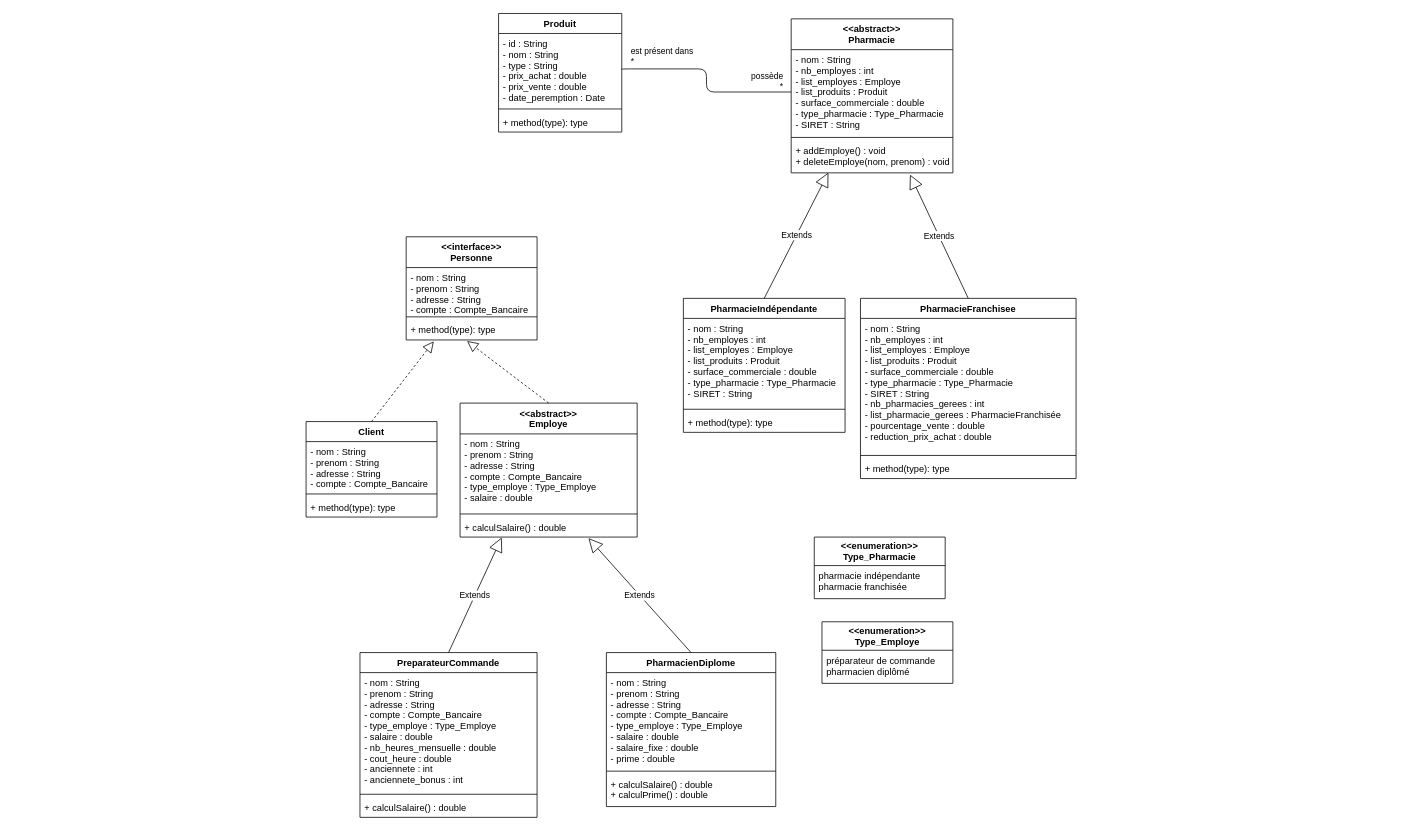
Earlier version of the draw.io diagram src/diagrams/Produits_Pharmacies.drawio (uapv1705019/Projet-Design-Pattern-Avance). Source tidied: cells renumbered, new cells numbered last; positions are measured from the earlier drawing's top-left corner, leaving out a move shared by most shapes. Both pictures are drawn from the tidied source at 77%, with x=0, y=0 at pixel (306, 13).
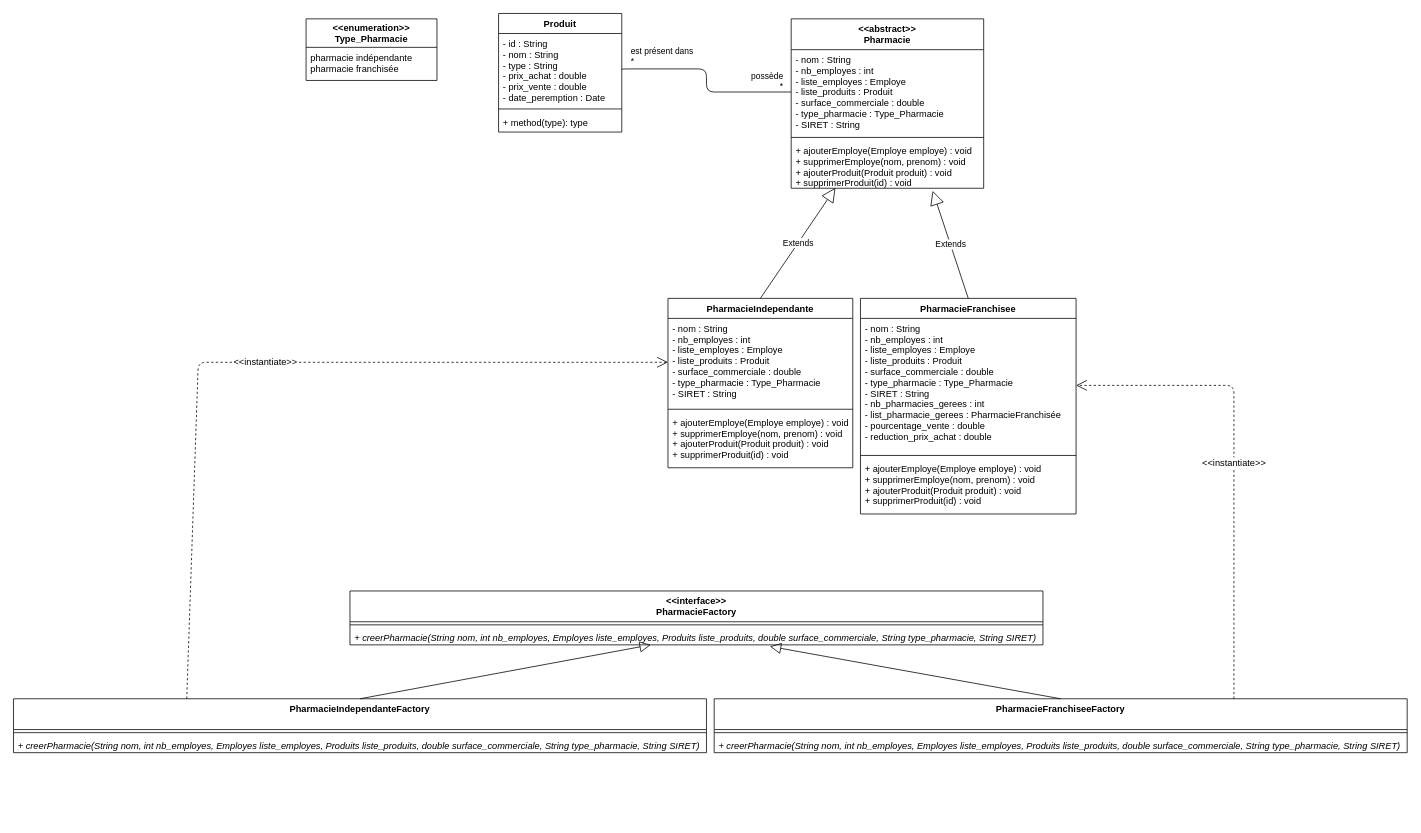
The same page after the edit.

Commit message (it also covers changes not shown here):
added Factory Method template for Pharmacie

Change to the diagram source:
```diff
@@
     <mxCell id="6" value="&lt;&lt;abstract&gt;&gt;&#10;Pharmacie" style="swimlane;fontStyle=1;align=center;verticalAlign=top;horizontal=1;startSize=40;" parent="1" vertex="1">
-      <mxGeometry x="630" y="7" width="210" height="200" as="geometry" />
+      <mxGeometry x="630" y="7" width="250" height="220" as="geometry" />
     </mxCell>
-    <mxCell id="7" value="- nom : String&#10;- nb_employes : int&#10;- list_employes : Employe&#10;- list_produits : Produit&#10;- surface_commerciale : double&#10;- type_pharmacie : Type_Pharmacie&#10;- SIRET : String" style="text;strokeColor=none;fillColor=none;align=left;verticalAlign=top;spacingLeft=4;spacingRight=4;overflow=hidden;points=[[0,0.5],[1,0.5]];portConstraint=eastwest;" parent="6" vertex="1">
-      <mxGeometry y="40" width="210" height="110" as="geometry" />
+    <mxCell id="7" value="- nom : String&#10;- nb_employes : int&#10;- liste_employes : Employe&#10;- liste_produits : Produit&#10;- surface_commerciale : double&#10;- type_pharmacie : Type_Pharmacie&#10;- SIRET : String" style="text;strokeColor=none;fillColor=none;align=left;verticalAlign=top;spacingLeft=4;spacingRight=4;overflow=hidden;points=[[0,0.5],[1,0.5]];portConstraint=eastwest;" parent="6" vertex="1">
+      <mxGeometry y="40" width="250" height="110" as="geometry" />
     </mxCell>
     <mxCell id="8" style="line;strokeWidth=1;fillColor=none;align=left;verticalAlign=middle;spacingTop=-1;spacingLeft=3;spacingRight=3;labelPosition=right;" parent="6" vertex="1">
-      <mxGeometry y="150" width="210" height="8" as="geometry" />
+      <mxGeometry y="150" width="250" height="8" as="geometry" />
     </mxCell>
-    <mxCell id="9" value="+ addEmploye() : void&#10;+ deleteEmploye(nom, prenom) : void" style="text;strokeColor=none;fillColor=none;align=left;verticalAlign=top;spacingLeft=4;spacingRight=4;overflow=hidden;points=[[0,0.5],[1,0.5]];portConstraint=eastwest;" parent="6" vertex="1">
-      <mxGeometry y="158" width="210" height="42" as="geometry" />
+    <mxCell id="9" value="+ ajouterEmploye(Employe employe) : void&#10;+ supprimerEmploye(nom, prenom) : void&#10;+ ajouterProduit(Produit produit) : void&#10;+ supprimerProduit(id) : void" style="text;strokeColor=none;fillColor=none;align=left;verticalAlign=top;spacingLeft=4;spacingRight=4;overflow=hidden;points=[[0,0.5],[1,0.5]];portConstraint=eastwest;" parent="6" vertex="1">
+      <mxGeometry y="158" width="250" height="62" as="geometry" />
     </mxCell>
-    <mxCell id="10" value="PharmacieIndépendante" style="swimlane;fontStyle=1;align=center;verticalAlign=top;horizontal=1;startSize=26;" parent="1" vertex="1">
-      <mxGeometry x="490" y="370" width="210" height="174" as="geometry" />
+    <mxCell id="10" value="PharmacieIndependante" style="swimlane;fontStyle=1;align=center;verticalAlign=top;horizontal=1;startSize=26;" parent="1" vertex="1">
+      <mxGeometry x="470" y="370" width="240" height="220" as="geometry" />
     </mxCell>
-    <mxCell id="11" value="- nom : String&#10;- nb_employes : int&#10;- list_employes : Employe&#10;- list_produits : Produit&#10;- surface_commerciale : double&#10;- type_pharmacie : Type_Pharmacie&#10;- SIRET : String" style="text;strokeColor=none;fillColor=none;align=left;verticalAlign=top;spacingLeft=4;spacingRight=4;overflow=hidden;points=[[0,0.5],[1,0.5]];portConstraint=eastwest;" parent="10" vertex="1">
-      <mxGeometry y="26" width="210" height="114" as="geometry" />
+    <mxCell id="11" value="- nom : String&#10;- nb_employes : int&#10;- liste_employes : Employe&#10;- liste_produits : Produit&#10;- surface_commerciale : double&#10;- type_pharmacie : Type_Pharmacie&#10;- SIRET : String" style="text;strokeColor=none;fillColor=none;align=left;verticalAlign=top;spacingLeft=4;spacingRight=4;overflow=hidden;points=[[0,0.5],[1,0.5]];portConstraint=eastwest;" parent="10" vertex="1">
+      <mxGeometry y="26" width="240" height="114" as="geometry" />
     </mxCell>
     <mxCell id="12" style="line;strokeWidth=1;fillColor=none;align=left;verticalAlign=middle;spacingTop=-1;spacingLeft=3;spacingRight=3;labelPosition=right;" parent="10" vertex="1">
-      <mxGeometry y="140" width="210" height="8" as="geometry" />
+      <mxGeometry y="140" width="240" height="8" as="geometry" />
     </mxCell>
-    <mxCell id="13" value="+ method(type): type" style="text;strokeColor=none;fillColor=none;align=left;verticalAlign=top;spacingLeft=4;spacingRight=4;overflow=hidden;" parent="10" vertex="1">
-      <mxGeometry y="148" width="210" height="26" as="geometry" />
+    <mxCell id="13" value="+ ajouterEmploye(Employe employe) : void&#10;+ supprimerEmploye(nom, prenom) : void&#10;+ ajouterProduit(Produit produit) : void&#10;+ supprimerProduit(id) : void" style="text;strokeColor=none;fillColor=none;align=left;verticalAlign=top;spacingLeft=4;spacingRight=4;overflow=hidden;" parent="10" vertex="1">
+      <mxGeometry y="148" width="240" height="72" as="geometry" />
     </mxCell>
     <mxCell id="14" value="PharmacieFranchisee" style="swimlane;fontStyle=1;align=center;verticalAlign=top;horizontal=1;startSize=26;" parent="1" vertex="1">
-      <mxGeometry x="720" y="370" width="280" height="234" as="geometry" />
+      <mxGeometry x="720" y="370" width="280" height="280" as="geometry" />
     </mxCell>
-    <mxCell id="15" value="- nom : String&#10;- nb_employes : int&#10;- list_employes : Employe&#10;- list_produits : Produit&#10;- surface_commerciale : double&#10;- type_pharmacie : Type_Pharmacie&#10;- SIRET : String&#10;- nb_pharmacies_gerees : int&#10;- list_pharmacie_gerees : PharmacieFranchisée&#10;- pourcentage_vente : double&#10;- reduction_prix_achat : double&#10;" style="text;strokeColor=none;fillColor=none;align=left;verticalAlign=top;spacingLeft=4;spacingRight=4;overflow=hidden;points=[[0,0.5],[1,0.5]];portConstraint=eastwest;" parent="14" vertex="1">
+    <mxCell id="15" value="- nom : String&#10;- nb_employes : int&#10;- liste_employes : Employe&#10;- liste_produits : Produit&#10;- surface_commerciale : double&#10;- type_pharmacie : Type_Pharmacie&#10;- SIRET : String&#10;- nb_pharmacies_gerees : int&#10;- list_pharmacie_gerees : PharmacieFranchisée&#10;- pourcentage_vente : double&#10;- reduction_prix_achat : double&#10;" style="text;strokeColor=none;fillColor=none;align=left;verticalAlign=top;spacingLeft=4;spacingRight=4;overflow=hidden;points=[[0,0.5],[1,0.5]];portConstraint=eastwest;" parent="14" vertex="1">
       <mxGeometry y="26" width="280" height="174" as="geometry" />
     </mxCell>
@@
-    <mxCell id="17" value="+ method(type): type" style="text;strokeColor=none;fillColor=none;align=left;verticalAlign=top;spacingLeft=4;spacingRight=4;overflow=hidden;" parent="14" vertex="1">
-      <mxGeometry y="208" width="280" height="26" as="geometry" />
+    <mxCell id="17" value="+ ajouterEmploye(Employe employe) : void&#10;+ supprimerEmploye(nom, prenom) : void&#10;+ ajouterProduit(Produit produit) : void&#10;+ supprimerProduit(id) : void" style="text;strokeColor=none;fillColor=none;align=left;verticalAlign=top;spacingLeft=4;spacingRight=4;overflow=hidden;" parent="14" vertex="1">
+      <mxGeometry y="208" width="280" height="72" as="geometry" />
     </mxCell>
-    <mxCell id="18" value="&lt;&lt;interface&gt;&gt;&#10;Personne" style="swimlane;fontStyle=1;align=center;verticalAlign=top;horizontal=1;startSize=40;" parent="1" vertex="1">
-      <mxGeometry x="130" y="290" width="170" height="134" as="geometry" />
-    </mxCell>
-    <mxCell id="19" value="- nom : String&#10;- prenom : String&#10;- adresse : String&#10;- compte : Compte_Bancaire&#10;" style="text;strokeColor=none;fillColor=none;align=left;verticalAlign=top;spacingLeft=4;spacingRight=4;overflow=hidden;" parent="18" vertex="1">
-      <mxGeometry y="40" width="170" height="60" as="geometry" />
-    </mxCell>
-    <mxCell id="20" style="line;strokeWidth=1;fillColor=none;align=left;verticalAlign=middle;spacingTop=-1;spacingLeft=3;spacingRight=3;labelPosition=right;" parent="18" vertex="1">
-      <mxGeometry y="100" width="170" height="8" as="geometry" />
-    </mxCell>
-    <mxCell id="21" value="+ method(type): type" style="text;strokeColor=none;fillColor=none;align=left;verticalAlign=top;spacingLeft=4;spacingRight=4;overflow=hidden;points=[[0,0.5],[1,0.5]];portConstraint=eastwest;" parent="18" vertex="1">
-      <mxGeometry y="108" width="170" height="26" as="geometry" />
-    </mxCell>
-    <mxCell id="22" value="&lt;&lt;abstract&gt;&gt;&#10;Employe" style="swimlane;fontStyle=1;align=center;verticalAlign=top;horizontal=1;startSize=40;" parent="1" vertex="1">
-      <mxGeometry x="200" y="506" width="230" height="174" as="geometry" />
-    </mxCell>
-    <mxCell id="23" value="- nom : String&#10;- prenom : String&#10;- adresse : String&#10;- compte : Compte_Bancaire&#10;- type_employe : Type_Employe&#10;- salaire : double" style="text;strokeColor=none;fillColor=none;align=left;verticalAlign=top;spacingLeft=4;spacingRight=4;overflow=hidden;" parent="22" vertex="1">
-      <mxGeometry y="40" width="230" height="100" as="geometry" />
-    </mxCell>
-    <mxCell id="24" style="line;strokeWidth=1;fillColor=none;align=left;verticalAlign=middle;spacingTop=-1;spacingLeft=3;spacingRight=3;labelPosition=right;" parent="22" vertex="1">
-      <mxGeometry y="140" width="230" height="8" as="geometry" />
-    </mxCell>
-    <mxCell id="25" value="+ calculSalaire() : double" style="text;strokeColor=none;fillColor=none;align=left;verticalAlign=top;spacingLeft=4;spacingRight=4;overflow=hidden;points=[[0,0.5],[1,0.5]];portConstraint=eastwest;" parent="22" vertex="1">
-      <mxGeometry y="148" width="230" height="26" as="geometry" />
-    </mxCell>
-    <mxCell id="26" value="PharmacienDiplome" style="swimlane;fontStyle=1;align=center;verticalAlign=top;horizontal=1;startSize=26;" parent="1" vertex="1">
-      <mxGeometry x="390" y="830" width="220" height="200" as="geometry" />
-    </mxCell>
-    <mxCell id="27" value="- nom : String&#10;- prenom : String&#10;- adresse : String&#10;- compte : Compte_Bancaire&#10;- type_employe : Type_Employe&#10;- salaire : double&#10;- salaire_fixe : double&#10;- prime : double" style="text;strokeColor=none;fillColor=none;align=left;verticalAlign=top;spacingLeft=4;spacingRight=4;overflow=hidden;" parent="26" vertex="1">
-      <mxGeometry y="26" width="220" height="124" as="geometry" />
-    </mxCell>
-    <mxCell id="28" style="line;strokeWidth=1;fillColor=none;align=left;verticalAlign=middle;spacingTop=-1;spacingLeft=3;spacingRight=3;labelPosition=right;" parent="26" vertex="1">
-      <mxGeometry y="150" width="220" height="8" as="geometry" />
-    </mxCell>
-    <mxCell id="29" value="+ calculSalaire() : double&#10;+ calculPrime() : double" style="text;strokeColor=none;fillColor=none;align=left;verticalAlign=top;spacingLeft=4;spacingRight=4;overflow=hidden;" parent="26" vertex="1">
-      <mxGeometry y="158" width="220" height="42" as="geometry" />
-    </mxCell>
-    <mxCell id="30" value="PreparateurCommande" style="swimlane;fontStyle=1;align=center;verticalAlign=top;horizontal=1;startSize=26;" parent="1" vertex="1">
-      <mxGeometry x="70" y="830" width="230" height="214" as="geometry" />
-    </mxCell>
-    <mxCell id="31" value="- nom : String&#10;- prenom : String&#10;- adresse : String&#10;- compte : Compte_Bancaire&#10;- type_employe : Type_Employe&#10;- salaire : double&#10;- nb_heures_mensuelle : double&#10;- cout_heure : double&#10;- anciennete : int&#10;- anciennete_bonus : int" style="text;strokeColor=none;fillColor=none;align=left;verticalAlign=top;spacingLeft=4;spacingRight=4;overflow=hidden;" parent="30" vertex="1">
-      <mxGeometry y="26" width="230" height="154" as="geometry" />
-    </mxCell>
-    <mxCell id="32" style="line;strokeWidth=1;fillColor=none;align=left;verticalAlign=middle;spacingTop=-1;spacingLeft=3;spacingRight=3;labelPosition=right;" parent="30" vertex="1">
-      <mxGeometry y="180" width="230" height="8" as="geometry" />
-    </mxCell>
-    <mxCell id="33" value="+ calculSalaire() : double" style="text;strokeColor=none;fillColor=none;align=left;verticalAlign=top;spacingLeft=4;spacingRight=4;overflow=hidden;" parent="30" vertex="1">
-      <mxGeometry y="188" width="230" height="26" as="geometry" />
-    </mxCell>
-    <mxCell id="34" value="Extends" style="endArrow=block;endSize=16;endFill=0;html=1;exitX=0.5;exitY=0;exitDx=0;exitDy=0;entryX=0.235;entryY=1.023;entryDx=0;entryDy=0;entryPerimeter=0;" parent="1" edge="1" source="30" target="25">
-      <mxGeometry relative="1" as="geometry" />
-    </mxCell>
-    <mxCell id="35" value="Extends" style="endArrow=block;endSize=16;endFill=0;html=1;exitX=0.5;exitY=0;exitDx=0;exitDy=0;entryX=0.725;entryY=1.054;entryDx=0;entryDy=0;entryPerimeter=0;" parent="1" edge="1" source="26" target="25">
-      <mxGeometry relative="1" as="geometry" />
-    </mxCell>
@@
-    <mxCell id="38" style="endArrow=block;dashed=1;endFill=0;endSize=12;html=1;exitX=0.5;exitY=0;exitDx=0;exitDy=0;entryX=0.465;entryY=1.054;entryDx=0;entryDy=0;entryPerimeter=0;" parent="1" edge="1" source="22" target="21">
-      <mxGeometry relative="1" as="geometry" />
-    </mxCell>
@@
-    <mxCell id="42" value="&lt;&lt;enumeration&gt;&gt;&#10;Type_Employe" style="swimlane;fontStyle=1;horizontal=1;startSize=37;fillColor=none;" parent="1" vertex="1">
-      <mxGeometry x="670" y="790" width="170" height="80" as="geometry" />
-    </mxCell>
-    <mxCell id="43" value="préparateur de commande&#10;pharmacien diplômé " style="text;strokeColor=none;fillColor=none;align=left;verticalAlign=top;spacingLeft=4;spacingRight=4;overflow=hidden;" parent="42" vertex="1">
-      <mxGeometry y="37" width="170" height="43" as="geometry" />
-    </mxCell>
     <mxCell id="44" value="&lt;&lt;enumeration&gt;&gt;&#10;Type_Pharmacie" style="swimlane;fontStyle=1;horizontal=1;startSize=37;fillColor=none;" parent="1" vertex="1">
-      <mxGeometry x="660" y="680" width="170" height="80" as="geometry" />
+      <mxGeometry y="7" width="170" height="80" as="geometry" />
     </mxCell>
@@
-    <mxCell id="46" value="Client" style="swimlane;fontStyle=1;align=center;verticalAlign=top;horizontal=1;startSize=26;" parent="1" vertex="1">
-      <mxGeometry y="530" width="170" height="124" as="geometry" />
-    </mxCell>
-    <mxCell id="47" value="- nom : String&#10;- prenom : String&#10;- adresse : String&#10;- compte : Compte_Bancaire&#10;" style="text;strokeColor=none;fillColor=none;align=left;verticalAlign=top;spacingLeft=4;spacingRight=4;overflow=hidden;" parent="46" vertex="1">
-      <mxGeometry y="26" width="170" height="64" as="geometry" />
-    </mxCell>
-    <mxCell id="48" style="line;strokeWidth=1;fillColor=none;align=left;verticalAlign=middle;spacingTop=-1;spacingLeft=3;spacingRight=3;labelPosition=right;" parent="46" vertex="1">
-      <mxGeometry y="90" width="170" height="8" as="geometry" />
-    </mxCell>
-    <mxCell id="49" value="+ method(type): type" style="text;strokeColor=none;fillColor=none;align=left;verticalAlign=top;spacingLeft=4;spacingRight=4;overflow=hidden;" parent="46" vertex="1">
-      <mxGeometry y="98" width="170" height="26" as="geometry" />
-    </mxCell>
-    <mxCell id="50" style="endArrow=block;dashed=1;endFill=0;endSize=12;html=1;exitX=0.5;exitY=0;exitDx=0;exitDy=0;entryX=0.211;entryY=1.069;entryDx=0;entryDy=0;entryPerimeter=0;" parent="1" edge="1" source="46" target="21">
-      <mxGeometry relative="1" as="geometry" />
-    </mxCell>
+    <mxCell id="51" value="&lt;&lt;interface&gt;&gt;&#10;PharmacieFactory" style="swimlane;fontStyle=1;align=center;verticalAlign=top;horizontal=1;startSize=40;fontSize=12;" parent="1" vertex="1">
+      <mxGeometry x="57" y="750" width="900" height="70" as="geometry" />
+    </mxCell>
+    <mxCell id="52" style="line;strokeWidth=1;fillColor=none;align=left;verticalAlign=middle;spacingTop=-1;spacingLeft=3;spacingRight=3;labelPosition=right;" parent="51" vertex="1">
+      <mxGeometry y="40" width="900" height="8" as="geometry" />
+    </mxCell>
+    <mxCell id="53" value="+ creerPharmacie(String nom, int nb_employes, Employes liste_employes, Produits liste_produits, double surface_commerciale, String type_pharmacie, String SIRET)" style="text;strokeColor=none;fillColor=none;align=left;verticalAlign=top;spacingLeft=4;spacingRight=4;overflow=hidden;points=[[0,0.5],[1,0.5]];portConstraint=eastwest;fontStyle=2;" parent="51" vertex="1">
+      <mxGeometry y="48" width="900" height="22" as="geometry" />
+    </mxCell>
+    <mxCell id="54" value="PharmacieIndependanteFactory" style="swimlane;fontStyle=1;align=center;verticalAlign=top;horizontal=1;startSize=40;fontSize=12;" parent="1" vertex="1">
+      <mxGeometry x="-380" y="890" width="900" height="70" as="geometry" />
+    </mxCell>
+    <mxCell id="55" style="line;strokeWidth=1;fillColor=none;align=left;verticalAlign=middle;spacingTop=-1;spacingLeft=3;spacingRight=3;labelPosition=right;" parent="54" vertex="1">
+      <mxGeometry y="40" width="900" height="8" as="geometry" />
+    </mxCell>
+    <mxCell id="56" value="+ creerPharmacie(String nom, int nb_employes, Employes liste_employes, Produits liste_produits, double surface_commerciale, String type_pharmacie, String SIRET)" style="text;strokeColor=none;fillColor=none;align=left;verticalAlign=top;spacingLeft=4;spacingRight=4;overflow=hidden;fontStyle=2;" parent="54" vertex="1">
+      <mxGeometry y="48" width="900" height="22" as="geometry" />
+    </mxCell>
+    <mxCell id="57" value="PharmacieFranchiseeFactory" style="swimlane;fontStyle=1;align=center;verticalAlign=top;horizontal=1;startSize=40;fontSize=12;" parent="1" vertex="1">
+      <mxGeometry x="530" y="890" width="900" height="70" as="geometry" />
+    </mxCell>
+    <mxCell id="58" style="line;strokeWidth=1;fillColor=none;align=left;verticalAlign=middle;spacingTop=-1;spacingLeft=3;spacingRight=3;labelPosition=right;" parent="57" vertex="1">
+      <mxGeometry y="40" width="900" height="8" as="geometry" />
+    </mxCell>
+    <mxCell id="59" value="+ creerPharmacie(String nom, int nb_employes, Employes liste_employes, Produits liste_produits, double surface_commerciale, String type_pharmacie, String SIRET)" style="text;strokeColor=none;fillColor=none;align=left;verticalAlign=top;spacingLeft=4;spacingRight=4;overflow=hidden;fontStyle=2;" parent="57" vertex="1">
+      <mxGeometry y="48" width="900" height="22" as="geometry" />
+    </mxCell>
+    <mxCell id="60" style="endArrow=block;endFill=0;endSize=12;html=1;fontSize=12;exitX=0.5;exitY=0;exitDx=0;exitDy=0;" parent="1" edge="1" source="54" target="53">
+      <mxGeometry relative="1" as="geometry" />
+    </mxCell>
+    <mxCell id="61" style="endArrow=block;endFill=0;endSize=12;html=1;fontSize=12;exitX=0.5;exitY=0;exitDx=0;exitDy=0;entryX=0.606;entryY=1.091;entryDx=0;entryDy=0;entryPerimeter=0;" parent="1" edge="1" source="57" target="53">
+      <mxGeometry relative="1" as="geometry" />
+    </mxCell>
+    <mxCell id="62" value="&amp;lt;&amp;lt;instantiate&amp;gt;&amp;gt;" style="endArrow=open;endSize=12;dashed=1;html=1;fontSize=12;exitX=0.25;exitY=0;exitDx=0;exitDy=0;entryX=0;entryY=0.5;entryDx=0;entryDy=0;" parent="1" edge="1" source="54" target="11">
+      <mxGeometry relative="1" as="geometry">
+        <Array as="points">
+          <mxPoint x="-140" y="453" />
+        </Array>
+      </mxGeometry>
+    </mxCell>
+    <mxCell id="63" value="&amp;lt;&amp;lt;instantiate&amp;gt;&amp;gt;" style="endArrow=open;endSize=12;dashed=1;html=1;fontSize=12;exitX=0.75;exitY=0;exitDx=0;exitDy=0;entryX=1;entryY=0.5;entryDx=0;entryDy=0;" parent="1" edge="1" source="57" target="15">
+      <mxGeometry relative="1" as="geometry">
+        <Array as="points">
+          <mxPoint x="1205" y="483" />
+        </Array>
+      </mxGeometry>
+    </mxCell>
```
